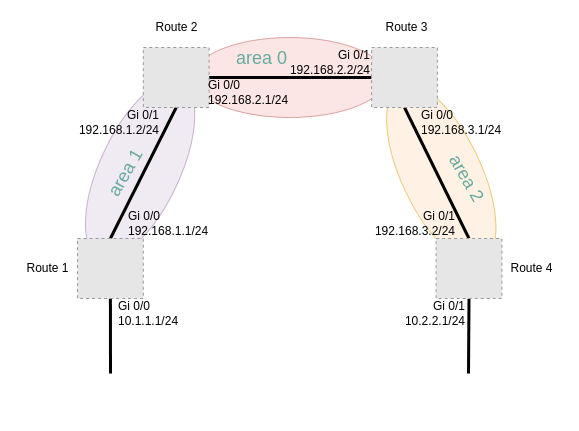
Earlier version of the draw.io diagram OSPF路由协议.drawio (KerwinKwong/Draw). Source tidied: cells renumbered, new cells numbered last; positions are measured from the earlier drawing's top-left corner, leaving out a move shared by most shapes. Both pictures are drawn from the tidied source at 100%, with x=0, y=0 at pixel (17, 17). Pictures stored in the file or linked from it are replaced by grey dashed boxes.
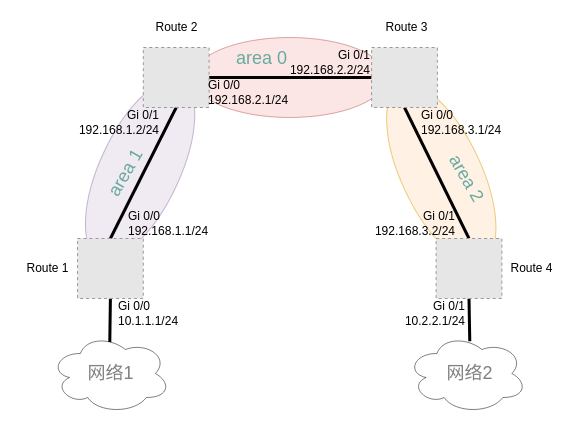
The same diagram, later.

Unchanged cells that the change refers to:
```xml
<mxCell id="11" style="fillColor=#E6E6E6;strokeColor=#999999;dashed=1;verticalLabelPosition=bottom;labelBackgroundColor=#ffffff;verticalAlign=top;" parent="1" vertex="1">
  <mxGeometry x="418.6" y="221" width="65.8" height="60" as="geometry" />
</mxCell>
<mxCell id="16" style="fillColor=#E6E6E6;strokeColor=#999999;dashed=1;verticalLabelPosition=bottom;labelBackgroundColor=#ffffff;verticalAlign=top;" parent="1" vertex="1">
  <mxGeometry x="60" y="221" width="65.8" height="60" as="geometry" />
</mxCell>
```

Change to the diagram source:
```diff
@@
+    <mxCell id="29" value="网络2" style="text;html=1;align=center;verticalAlign=middle;strokeColor=none;fontSize=18;fontColor=#000000;" parent="1" vertex="1">
+      <mxGeometry x="421.5" y="341" width="60" height="30" as="geometry" />
+    </mxCell>
@@
-    <mxCell id="10" style="edgeStyle=none;rounded=0;jettySize=auto;html=1;exitX=0.5;exitY=1;exitDx=0;exitDy=0;endArrow=none;endFill=0;strokeWidth=3;" parent="1" edge="1" source="11">
-      <mxGeometry relative="1" as="geometry">
-        <mxPoint x="451" y="356" as="targetPoint" />
-      </mxGeometry>
+    <mxCell id="10" style="edgeStyle=none;rounded=0;jettySize=auto;html=1;exitX=0.5;exitY=1;exitDx=0;exitDy=0;endArrow=none;endFill=0;strokeWidth=3;entryX=0.524;entryY=0.096;entryDx=0;entryDy=0;entryPerimeter=0;" parent="1" edge="1" source="11" target="32">
+      <mxGeometry relative="1" as="geometry" />
     </mxCell>
@@
-    <mxCell id="15" style="edgeStyle=none;rounded=0;jettySize=auto;html=1;exitX=0.5;exitY=1;exitDx=0;exitDy=0;endArrow=none;endFill=0;strokeWidth=3;" parent="1" edge="1" source="16">
-      <mxGeometry relative="1" as="geometry">
-        <mxPoint x="93" y="356" as="targetPoint" />
-      </mxGeometry>
+    <mxCell id="15" style="edgeStyle=none;rounded=0;jettySize=auto;html=1;exitX=0.5;exitY=1;exitDx=0;exitDy=0;endArrow=none;endFill=0;strokeWidth=3;entryX=0.495;entryY=0.108;entryDx=0;entryDy=0;entryPerimeter=0;" parent="1" edge="1" source="16" target="31">
+      <mxGeometry relative="1" as="geometry" />
     </mxCell>
@@
+    <mxCell id="30" value="网络1" style="text;html=1;align=center;verticalAlign=middle;strokeColor=none;fontSize=18;" parent="1" vertex="1">
+      <mxGeometry x="62.9" y="341" width="60" height="30" as="geometry" />
+    </mxCell>
+    <mxCell id="31" style="ellipse;shape=cloud;whiteSpace=wrap;html=1;fontSize=18;fontColor=#000000;opacity=50;" parent="1" vertex="1">
+      <mxGeometry x="32.9" y="316" width="120" height="80" as="geometry" />
+    </mxCell>
+    <mxCell id="32" style="ellipse;shape=cloud;whiteSpace=wrap;html=1;fontSize=18;fontColor=#000000;opacity=50;" parent="1" vertex="1">
+      <mxGeometry x="389.4" y="316" width="120" height="80" as="geometry" />
+    </mxCell>
```
